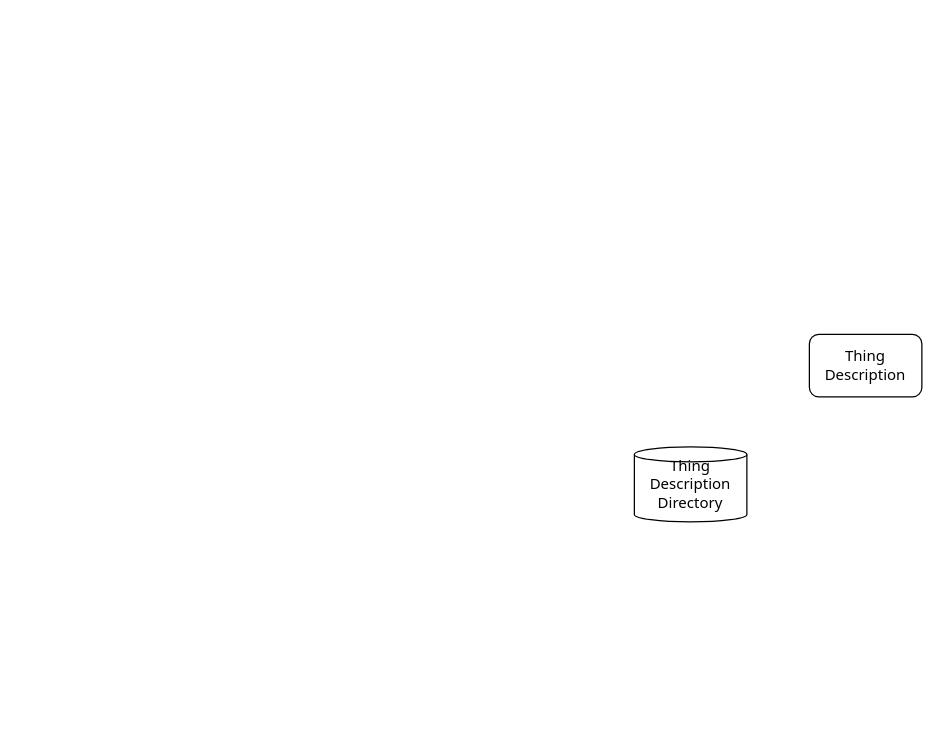
This is discovery/discovery-lifecycle.drawio from k-toumura/document-for-wot, a draw.io file, before an edit. Source tidied: cells renumbered, new cells numbered last; positions are measured from the earlier drawing's top-left corner, leaving out a move shared by most shapes. Both pictures are drawn from the tidied source at 125%, with x=0, y=0 at pixel (634, 334).
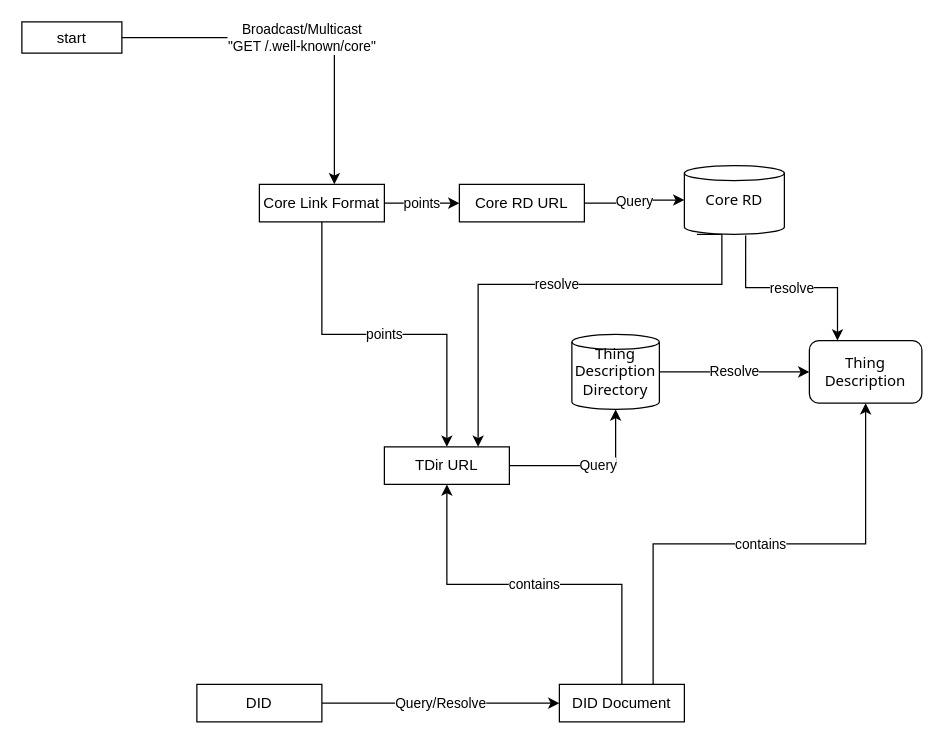
After the change.

The edit, as a diff of the source:
```diff
@@
+    <mxCell id="4" value="resolve" style="edgeStyle=orthogonalEdgeStyle;rounded=0;jettySize=auto;html=1;exitX=0.25;exitY=0;exitDx=0;exitDy=0;entryX=0.613;entryY=1.018;entryDx=0;entryDy=0;entryPerimeter=0;startArrow=classic;startFill=1;endArrow=none;endFill=0;" parent="1" edge="1" source="2" target="18">
+      <mxGeometry relative="1" as="geometry" />
+    </mxCell>
     <mxCell id="2" value="&lt;div&gt;Thing&lt;/div&gt;&lt;div&gt;Description&lt;br&gt;&lt;/div&gt;" style="rounded=1;whiteSpace=wrap;html=1;fontFamily=Noto Sans;" parent="1" vertex="1">
-      <mxGeometry x="140" width="90" height="50" as="geometry" />
+      <mxGeometry x="140" y="5" width="90" height="50" as="geometry" />
     </mxCell>
+    <mxCell id="5" value="Resolve" style="edgeStyle=orthogonalEdgeStyle;rounded=0;jettySize=auto;html=1;" parent="1" edge="1" source="3" target="2">
+      <mxGeometry relative="1" as="geometry" />
+    </mxCell>
     <mxCell id="3" value="&lt;div&gt;Thing&lt;/div&gt;&lt;div&gt;Description&lt;br&gt;&lt;/div&gt;&lt;div&gt;Directory&lt;br&gt;&lt;/div&gt;" style="shape=cylinder2;whiteSpace=wrap;html=1;boundedLbl=1;backgroundOutline=1;size=6;fontFamily=Noto Sans;FType=g;" parent="1" vertex="1">
-      <mxGeometry y="90" width="90" height="60" as="geometry" />
+      <mxGeometry x="-50" width="70" height="60" as="geometry" />
     </mxCell>
+    <mxCell id="6" style="edgeStyle=orthogonalEdgeStyle;rounded=0;jettySize=auto;html=1;exitX=1;exitY=0.5;exitDx=0;exitDy=0;" parent="1" edge="1" source="9" target="3">
+      <mxGeometry relative="1" as="geometry" />
+    </mxCell>
+    <mxCell id="7" value="Query" style="edgeLabel;html=1;align=center;verticalAlign=middle;" parent="6" vertex="1">
+      <mxGeometry x="0.07" y="1" relative="1" as="geometry" />
+    </mxCell>
+    <mxCell id="8" value="resolve" style="edgeStyle=orthogonalEdgeStyle;rounded=0;jettySize=auto;html=1;exitX=0.75;exitY=0;exitDx=0;exitDy=0;entryX=0.125;entryY=1;entryDx=0;entryDy=0;entryPerimeter=0;startArrow=classic;startFill=1;endArrow=none;endFill=0;" parent="1" edge="1" source="9" target="18">
+      <mxGeometry relative="1" as="geometry">
+        <Array as="points">
+          <mxPoint x="-125" y="-40" />
+          <mxPoint x="70" y="-40" />
+          <mxPoint x="70" y="-80" />
+        </Array>
+      </mxGeometry>
+    </mxCell>
+    <mxCell id="9" value="&lt;div&gt;TDir URL&lt;br&gt;&lt;/div&gt;" style="rounded=0;whiteSpace=wrap;html=1;" parent="1" vertex="1">
+      <mxGeometry x="-200" y="90" width="100" height="30" as="geometry" />
+    </mxCell>
+    <mxCell id="10" value="Query/Resolve" style="edgeStyle=orthogonalEdgeStyle;rounded=0;jettySize=auto;html=1;exitX=1;exitY=0.5;exitDx=0;exitDy=0;entryX=0;entryY=0.5;entryDx=0;entryDy=0;" parent="1" edge="1" source="11" target="14">
+      <mxGeometry relative="1" as="geometry" />
+    </mxCell>
+    <mxCell id="11" value="DID" style="rounded=0;whiteSpace=wrap;html=1;" parent="1" vertex="1">
+      <mxGeometry x="-350" y="280" width="100" height="30" as="geometry" />
+    </mxCell>
+    <mxCell id="12" value="contains" style="edgeStyle=orthogonalEdgeStyle;rounded=0;jettySize=auto;html=1;exitX=0.5;exitY=0;exitDx=0;exitDy=0;entryX=0.5;entryY=1;entryDx=0;entryDy=0;" parent="1" edge="1" source="14" target="9">
+      <mxGeometry relative="1" as="geometry" />
+    </mxCell>
+    <mxCell id="13" value="contains" style="edgeStyle=orthogonalEdgeStyle;rounded=0;jettySize=auto;html=1;exitX=0.75;exitY=0;exitDx=0;exitDy=0;entryX=0.5;entryY=1;entryDx=0;entryDy=0;" parent="1" edge="1" source="14" target="2">
+      <mxGeometry relative="1" as="geometry" />
+    </mxCell>
+    <mxCell id="14" value="DID Document" style="rounded=0;whiteSpace=wrap;html=1;" parent="1" vertex="1">
+      <mxGeometry x="-60" y="280" width="100" height="30" as="geometry" />
+    </mxCell>
+    <mxCell id="15" value="points" style="edgeStyle=orthogonalEdgeStyle;rounded=0;jettySize=auto;html=1;exitX=0.5;exitY=1;exitDx=0;exitDy=0;" parent="1" edge="1" source="17" target="9">
+      <mxGeometry relative="1" as="geometry" />
+    </mxCell>
+    <mxCell id="16" value="points" style="edgeStyle=orthogonalEdgeStyle;rounded=0;jettySize=auto;html=1;exitX=1;exitY=0.5;exitDx=0;exitDy=0;entryX=0;entryY=0.5;entryDx=0;entryDy=0;" parent="1" edge="1" source="17" target="21">
+      <mxGeometry relative="1" as="geometry" />
+    </mxCell>
+    <mxCell id="17" value="Core Link Format" style="rounded=0;whiteSpace=wrap;html=1;" parent="1" vertex="1">
+      <mxGeometry x="-300" y="-120" width="100" height="30" as="geometry" />
+    </mxCell>
+    <mxCell id="18" value="Core RD" style="shape=cylinder2;whiteSpace=wrap;html=1;boundedLbl=1;backgroundOutline=1;size=6;fontFamily=Noto Sans;FType=g;" parent="1" vertex="1">
+      <mxGeometry x="40" y="-135" width="80" height="55" as="geometry" />
+    </mxCell>
+    <mxCell id="19" value="&lt;div&gt;Broadcast/Multicast &lt;br&gt;&lt;/div&gt;&lt;div&gt;&quot;GET /.well-known/core&quot;&lt;br&gt;&lt;/div&gt;" style="edgeStyle=orthogonalEdgeStyle;rounded=0;jettySize=auto;html=1;exitX=1;exitY=0.5;exitDx=0;exitDy=0;entryX=0.6;entryY=0;entryDx=0;entryDy=0;entryPerimeter=0;startArrow=none;startFill=0;endArrow=classic;endFill=1;" parent="1" edge="1" source="20" target="17">
+      <mxGeometry relative="1" as="geometry" />
+    </mxCell>
+    <mxCell id="20" value="start" style="rounded=0;whiteSpace=wrap;html=1;" parent="1" vertex="1">
+      <mxGeometry x="-490" y="-250" width="80" height="25" as="geometry" />
+    </mxCell>
+    <mxCell id="21" value="Core RD URL" style="rounded=0;whiteSpace=wrap;html=1;" parent="1" vertex="1">
+      <mxGeometry x="-140" y="-120" width="100" height="30" as="geometry" />
+    </mxCell>
+    <mxCell id="22" value="Query" style="edgeStyle=orthogonalEdgeStyle;rounded=0;jettySize=auto;html=1;exitX=1;exitY=0.5;exitDx=0;exitDy=0;" parent="1" edge="1" source="21" target="18">
+      <mxGeometry relative="1" as="geometry" />
+    </mxCell>
```
